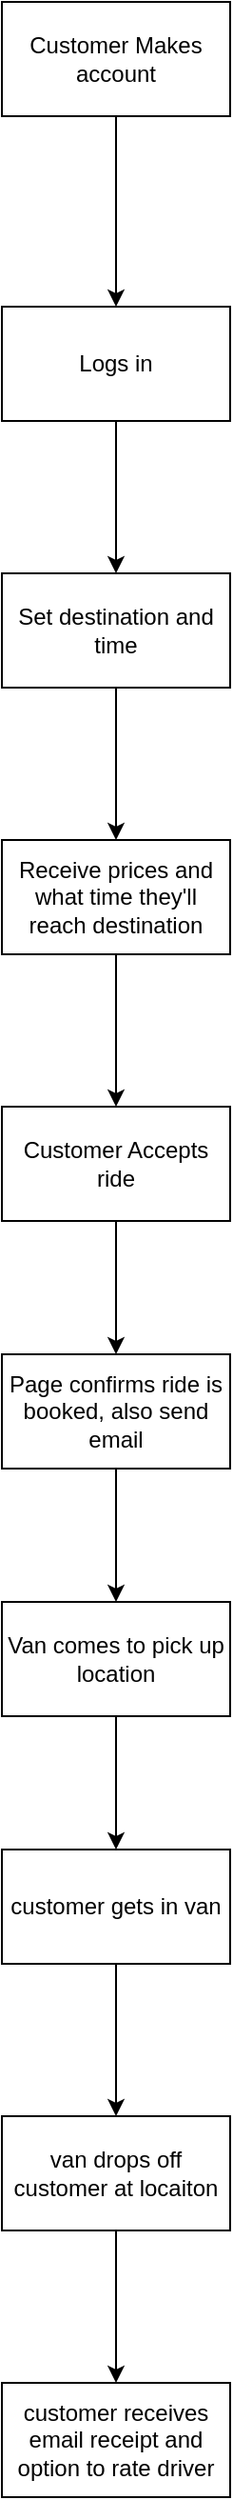
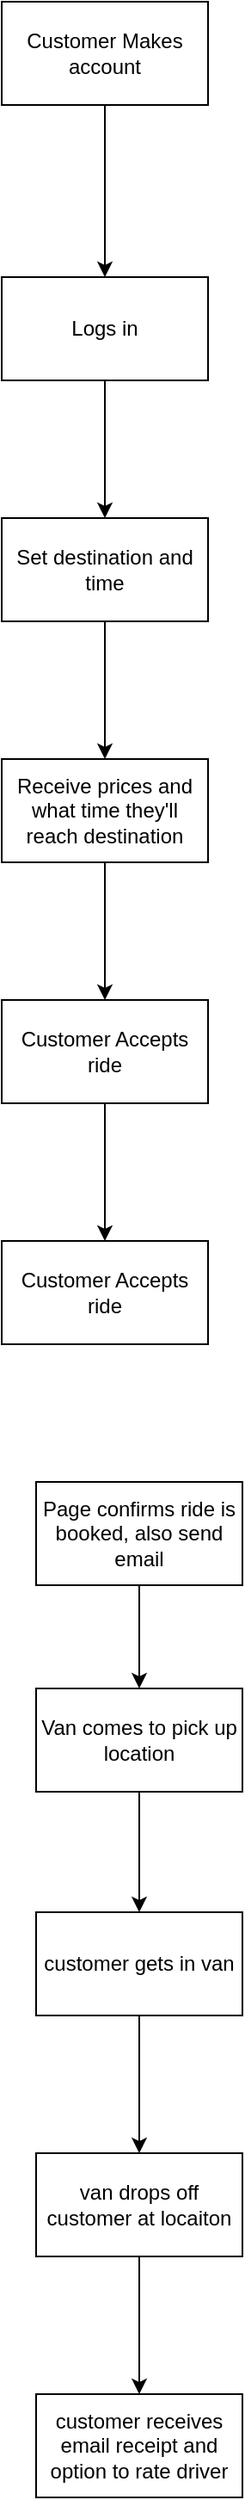
<mxfile host="app.diagrams.net">
  <diagram name="Page-1" id="Bky3vIHkDNee-CK2khSG">
    <mxGraphModel dx="1171" dy="707" grid="1" gridSize="10" guides="1" tooltips="1" connect="1" arrows="1" fold="1" page="1" pageScale="1" pageWidth="850" pageHeight="1100" math="0" shadow="0">
      <root>
        <mxCell id="0" />
        <mxCell id="1" parent="0" />
        <mxCell id="30ajlJ3EDaKUPWSMpJR4-3" edge="1" parent="1" source="30ajlJ3EDaKUPWSMpJR4-1" style="edgeStyle=orthogonalEdgeStyle;rounded=0;orthogonalLoop=1;jettySize=auto;html=1;" target="30ajlJ3EDaKUPWSMpJR4-2" value="">
          <mxGeometry relative="1" as="geometry" />
        </mxCell>
        <mxCell id="30ajlJ3EDaKUPWSMpJR4-1" parent="1" style="rounded=0;whiteSpace=wrap;html=1;" value="Customer Makes account" vertex="1">
          <mxGeometry height="60" width="120" x="30" y="60" as="geometry" />
        </mxCell>
        <mxCell id="30ajlJ3EDaKUPWSMpJR4-7" edge="1" parent="1" source="30ajlJ3EDaKUPWSMpJR4-2" style="edgeStyle=orthogonalEdgeStyle;rounded=0;orthogonalLoop=1;jettySize=auto;html=1;" target="30ajlJ3EDaKUPWSMpJR4-6" value="">
          <mxGeometry relative="1" as="geometry" />
        </mxCell>
        <mxCell id="30ajlJ3EDaKUPWSMpJR4-2" parent="1" style="rounded=0;whiteSpace=wrap;html=1;" value="Logs in" vertex="1">
          <mxGeometry height="60" width="120" x="30" y="220" as="geometry" />
        </mxCell>
        <mxCell id="30ajlJ3EDaKUPWSMpJR4-9" edge="1" parent="1" source="30ajlJ3EDaKUPWSMpJR4-6" style="edgeStyle=orthogonalEdgeStyle;rounded=0;orthogonalLoop=1;jettySize=auto;html=1;" target="30ajlJ3EDaKUPWSMpJR4-8" value="">
          <mxGeometry relative="1" as="geometry" />
        </mxCell>
        <mxCell id="30ajlJ3EDaKUPWSMpJR4-6" parent="1" style="whiteSpace=wrap;html=1;rounded=0;" value="Set destination and time" vertex="1">
          <mxGeometry height="60" width="120" x="30" y="360" as="geometry" />
        </mxCell>
        <mxCell id="30ajlJ3EDaKUPWSMpJR4-11" edge="1" parent="1" source="30ajlJ3EDaKUPWSMpJR4-8" style="edgeStyle=orthogonalEdgeStyle;rounded=0;orthogonalLoop=1;jettySize=auto;html=1;" target="30ajlJ3EDaKUPWSMpJR4-10" value="">
          <mxGeometry relative="1" as="geometry" />
        </mxCell>
        <mxCell id="30ajlJ3EDaKUPWSMpJR4-8" parent="1" style="whiteSpace=wrap;html=1;rounded=0;" value="Receive prices and what time they&#39;ll reach destination" vertex="1">
          <mxGeometry height="60" width="120" x="30" y="500" as="geometry" />
        </mxCell>
-         <mxCell id="30ajlJ3EDaKUPWSMpJR4-13" edge="1" parent="1" source="30ajlJ3EDaKUPWSMpJR4-10" style="edgeStyle=orthogonalEdgeStyle;rounded=0;orthogonalLoop=1;jettySize=auto;html=1;" target="30ajlJ3EDaKUPWSMpJR4-12" value="">
+         <mxCell id="30ajlJ3EDaKUPWSMpJR4-28" edge="1" parent="1" source="30ajlJ3EDaKUPWSMpJR4-10" style="edgeStyle=orthogonalEdgeStyle;rounded=0;orthogonalLoop=1;jettySize=auto;html=1;" target="30ajlJ3EDaKUPWSMpJR4-27" value="">
          <mxGeometry relative="1" as="geometry" />
        </mxCell>
        <mxCell id="30ajlJ3EDaKUPWSMpJR4-10" parent="1" style="whiteSpace=wrap;html=1;rounded=0;" value="Customer Accepts ride" vertex="1">
          <mxGeometry height="60" width="120" x="30" y="640" as="geometry" />
        </mxCell>
        <mxCell id="30ajlJ3EDaKUPWSMpJR4-26" edge="1" parent="1" source="30ajlJ3EDaKUPWSMpJR4-12" style="edgeStyle=orthogonalEdgeStyle;rounded=0;orthogonalLoop=1;jettySize=auto;html=1;exitX=0.5;exitY=1;exitDx=0;exitDy=0;" target="30ajlJ3EDaKUPWSMpJR4-17">
          <mxGeometry relative="1" as="geometry" />
        </mxCell>
        <mxCell id="30ajlJ3EDaKUPWSMpJR4-12" parent="1" style="whiteSpace=wrap;html=1;rounded=0;" value="Page confirms ride is booked, also send email" vertex="1">
-           <mxGeometry height="60" width="120" x="30" y="770" as="geometry" />
+           <mxGeometry height="60" width="120" x="50" y="920" as="geometry" />
        </mxCell>
        <mxCell id="30ajlJ3EDaKUPWSMpJR4-19" edge="1" parent="1" source="30ajlJ3EDaKUPWSMpJR4-17" style="edgeStyle=orthogonalEdgeStyle;rounded=0;orthogonalLoop=1;jettySize=auto;html=1;" target="30ajlJ3EDaKUPWSMpJR4-18" value="">
          <mxGeometry relative="1" as="geometry" />
        </mxCell>
        <mxCell id="30ajlJ3EDaKUPWSMpJR4-17" parent="1" style="rounded=0;whiteSpace=wrap;html=1;" value="Van comes to pick up location" vertex="1">
-           <mxGeometry height="60" width="120" x="30" y="900" as="geometry" />
+           <mxGeometry height="60" width="120" x="50" y="1040" as="geometry" />
        </mxCell>
        <mxCell id="30ajlJ3EDaKUPWSMpJR4-21" edge="1" parent="1" source="30ajlJ3EDaKUPWSMpJR4-18" style="edgeStyle=orthogonalEdgeStyle;rounded=0;orthogonalLoop=1;jettySize=auto;html=1;" target="30ajlJ3EDaKUPWSMpJR4-20" value="">
          <mxGeometry relative="1" as="geometry" />
        </mxCell>
        <mxCell id="30ajlJ3EDaKUPWSMpJR4-18" parent="1" style="rounded=0;whiteSpace=wrap;html=1;" value="customer gets in van" vertex="1">
-           <mxGeometry height="60" width="120" x="30" y="1030" as="geometry" />
+           <mxGeometry height="60" width="120" x="50" y="1170" as="geometry" />
        </mxCell>
        <mxCell id="30ajlJ3EDaKUPWSMpJR4-23" edge="1" parent="1" source="30ajlJ3EDaKUPWSMpJR4-20" style="edgeStyle=orthogonalEdgeStyle;rounded=0;orthogonalLoop=1;jettySize=auto;html=1;" target="30ajlJ3EDaKUPWSMpJR4-22" value="">
          <mxGeometry relative="1" as="geometry" />
        </mxCell>
        <mxCell id="30ajlJ3EDaKUPWSMpJR4-20" parent="1" style="rounded=0;whiteSpace=wrap;html=1;" value="van drops off customer at locaiton" vertex="1">
-           <mxGeometry height="60" width="120" x="30" y="1170" as="geometry" />
+           <mxGeometry height="60" width="120" x="50" y="1310" as="geometry" />
        </mxCell>
        <mxCell id="30ajlJ3EDaKUPWSMpJR4-22" parent="1" style="rounded=0;whiteSpace=wrap;html=1;" value="customer receives email receipt and option to rate driver" vertex="1">
-           <mxGeometry height="60" width="120" x="30" y="1310" as="geometry" />
+           <mxGeometry height="60" width="120" x="50" y="1450" as="geometry" />
+         </mxCell>
+         <mxCell id="30ajlJ3EDaKUPWSMpJR4-27" parent="1" style="whiteSpace=wrap;html=1;rounded=0;" value="Customer Accepts ride" vertex="1">
+           <mxGeometry height="60" width="120" x="30" y="780" as="geometry" />
        </mxCell>
      </root>
    </mxGraphModel>
  </diagram>
</mxfile>
